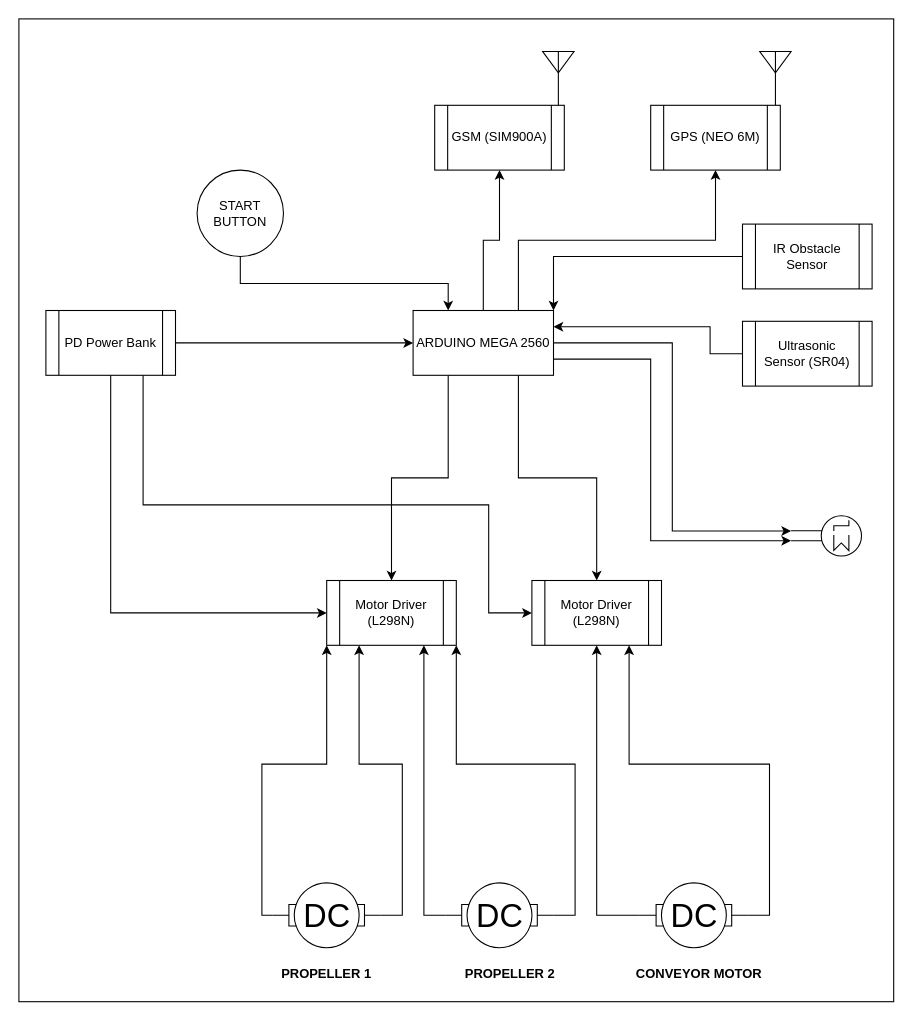
The draw.io diagram MAPUA Capstone Research 5_BPWCB/BPWCB.drawio in KennyNeutron/MCM-Capstone, before the edit. Source tidied: cells renumbered, new cells numbered last; positions are measured from the earlier drawing's top-left corner, leaving out a move shared by most shapes. Both pictures are drawn from the tidied source at 108%, with x=0, y=0 at pixel (18, 18).
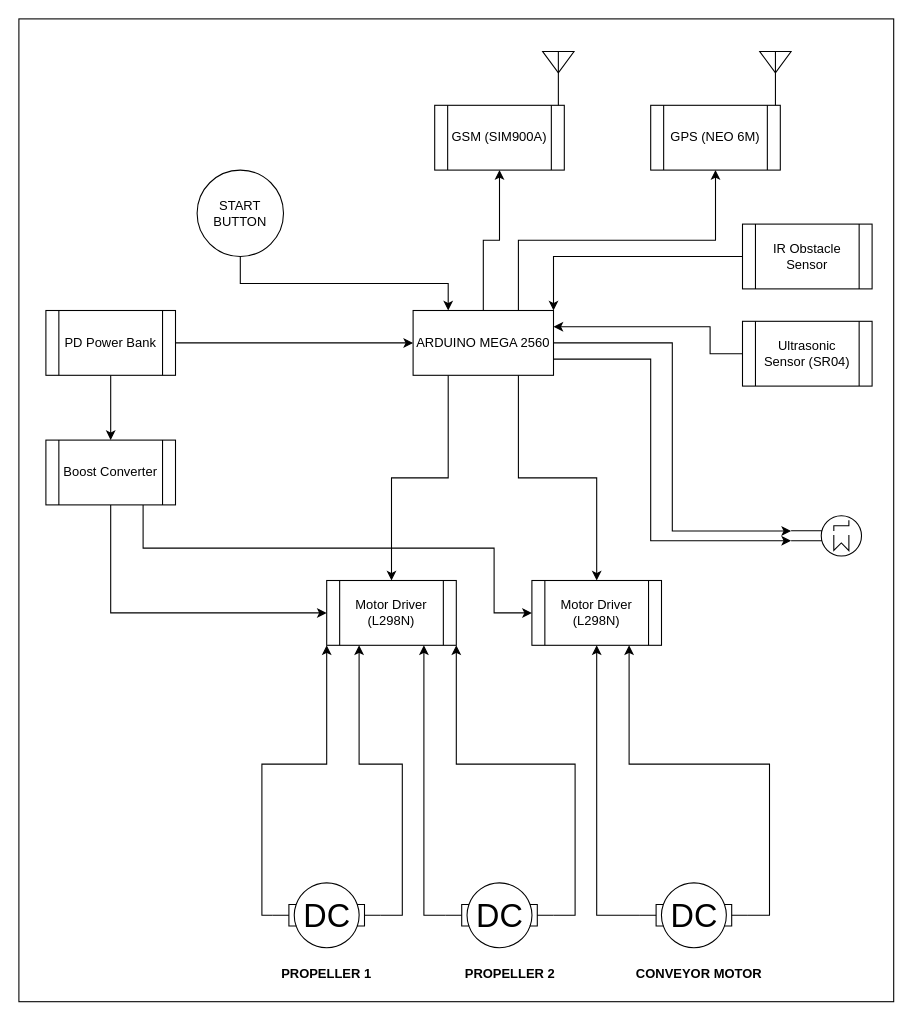
Above is the later version.

Unchanged cells that the change refers to:
```xml
<mxCell id="12" value="Motor Driver (L298N)" style="shape=process;whiteSpace=wrap;html=1;backgroundOutline=1;" parent="1" vertex="1">
  <mxGeometry x="285" y="520" width="120" height="60" as="geometry" />
</mxCell>
<mxCell id="13" value="Motor Driver (L298N)" style="shape=process;whiteSpace=wrap;html=1;backgroundOutline=1;" parent="1" vertex="1">
  <mxGeometry x="475" y="520" width="120" height="60" as="geometry" />
</mxCell>
<mxCell id="21" value="PD Power Bank" style="shape=process;whiteSpace=wrap;html=1;backgroundOutline=1;" parent="1" vertex="1">
  <mxGeometry x="25" y="270" width="120" height="60" as="geometry" />
</mxCell>
```

Change to the diagram source:
```diff
@@
-    <mxCell id="18" style="edgeStyle=orthogonalEdgeStyle;rounded=0;jettySize=auto;html=1;exitX=0.5;exitY=1;exitDx=0;exitDy=0;entryX=0;entryY=0.5;entryDx=0;entryDy=0;" parent="1" edge="1" source="21" target="12">
-      <mxGeometry relative="1" as="geometry" />
-    </mxCell>
-    <mxCell id="19" style="edgeStyle=orthogonalEdgeStyle;rounded=0;jettySize=auto;html=1;exitX=0.75;exitY=1;exitDx=0;exitDy=0;entryX=0;entryY=0.5;entryDx=0;entryDy=0;" parent="1" edge="1" source="21" target="13">
-      <mxGeometry relative="1" as="geometry">
-        <Array as="points">
-          <mxPoint x="115" y="450" />
-          <mxPoint x="435" y="450" />
-          <mxPoint x="435" y="550" />
-        </Array>
-      </mxGeometry>
-    </mxCell>
@@
+    <mxCell id="39" style="edgeStyle=orthogonalEdgeStyle;rounded=0;jettySize=auto;html=1;exitX=0.5;exitY=1;exitDx=0;exitDy=0;" parent="1" edge="1" source="21" target="42">
+      <mxGeometry relative="1" as="geometry" />
+    </mxCell>
@@
+    <mxCell id="40" style="edgeStyle=orthogonalEdgeStyle;rounded=0;jettySize=auto;html=1;exitX=0.5;exitY=1;exitDx=0;exitDy=0;entryX=0;entryY=0.5;entryDx=0;entryDy=0;" parent="1" edge="1" source="42" target="12">
+      <mxGeometry relative="1" as="geometry" />
+    </mxCell>
+    <mxCell id="41" style="edgeStyle=orthogonalEdgeStyle;rounded=0;jettySize=auto;html=1;exitX=0.75;exitY=1;exitDx=0;exitDy=0;entryX=0;entryY=0.5;entryDx=0;entryDy=0;" parent="1" edge="1" source="42" target="13">
+      <mxGeometry relative="1" as="geometry">
+        <Array as="points">
+          <mxPoint x="115" y="490" />
+          <mxPoint x="440" y="490" />
+          <mxPoint x="440" y="550" />
+        </Array>
+      </mxGeometry>
+    </mxCell>
+    <mxCell id="42" value="Boost Converter" style="shape=process;whiteSpace=wrap;html=1;backgroundOutline=1;" parent="1" vertex="1">
+      <mxGeometry x="25" y="390" width="120" height="60" as="geometry" />
+    </mxCell>
```
